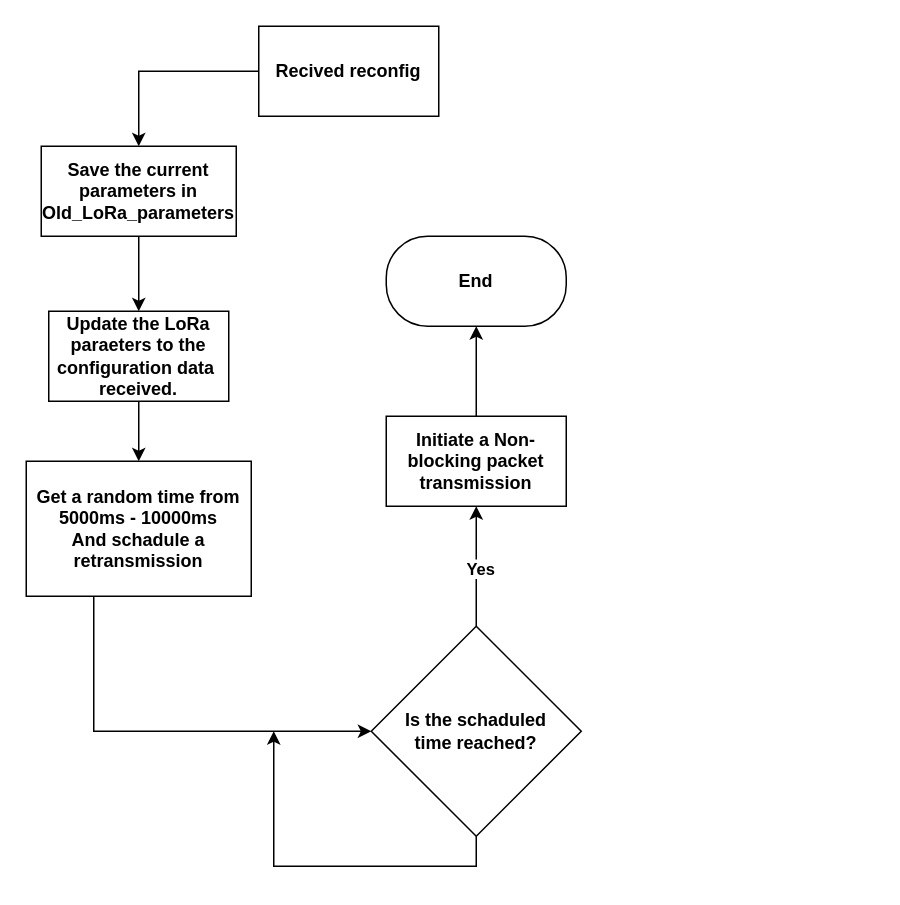
Before: Reconfig flow.drawio in NuwanUdara/my-diagrams, a draw.io diagram. Source tidied: cells renumbered, new cells numbered last; positions are measured from the earlier drawing's top-left corner, leaving out a move shared by most shapes. Both pictures are drawn from the tidied source at 150%, with x=0, y=0 at pixel (26, 26).
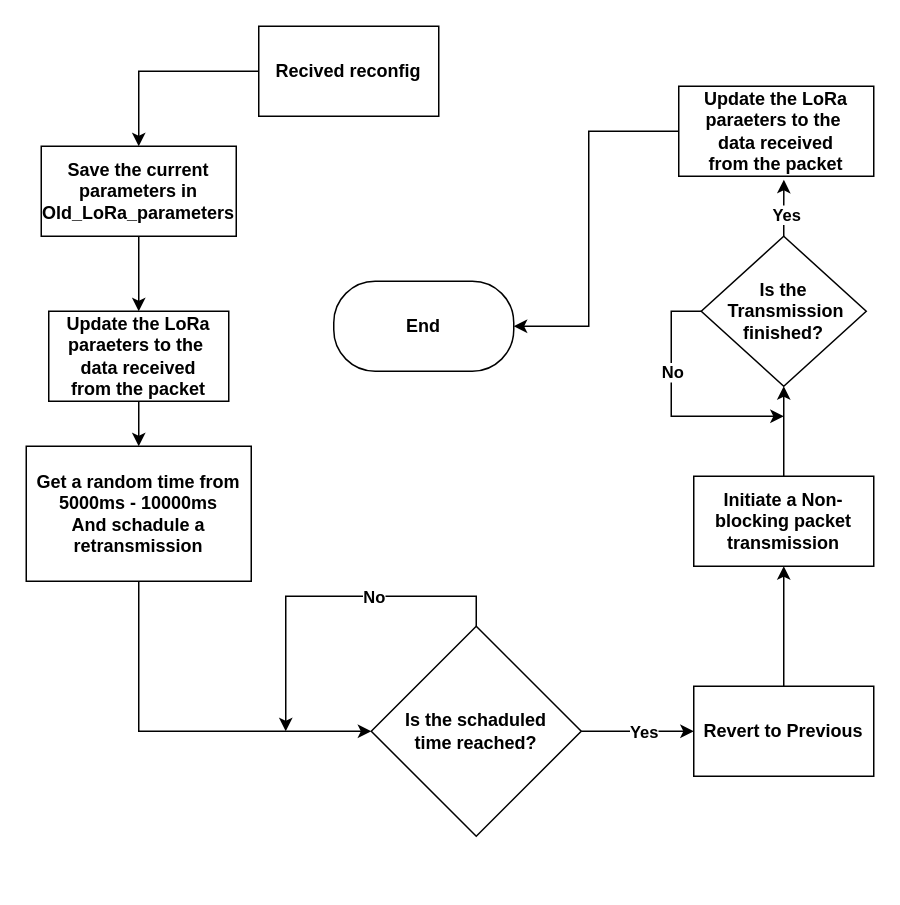
The same diagram, later.

Unchanged cells that the change refers to:
```xml
<mxCell id="13" value="Is the schaduled&lt;br&gt;time reached?" style="rhombus;whiteSpace=wrap;html=1;fontStyle=1;" parent="1" vertex="1">
  <mxGeometry x="230" y="400" width="140" height="140" as="geometry" />
</mxCell>
```

Change to the diagram source:
```diff
@@
-    <mxCell id="7" value="Update the LoRa paraeters to the configuration data&amp;nbsp;&lt;div&gt;received.&lt;br&gt;&lt;/div&gt;" style="rounded=0;whiteSpace=wrap;html=1;fontStyle=1;" parent="1" vertex="1">
+    <mxCell id="7" value="Update the LoRa paraeters to the&amp;nbsp;&lt;div&gt;data&amp;nbsp;received&lt;br&gt;from the packet&lt;/div&gt;" style="rounded=0;whiteSpace=wrap;html=1;fontStyle=1;" parent="1" vertex="1">
       <mxGeometry x="15" y="190" width="120" height="60" as="geometry" />
     </mxCell>
-    <mxCell id="8" style="edgeStyle=orthogonalEdgeStyle;rounded=0;jettySize=auto;html=1;entryX=0;entryY=0.5;entryDx=0;entryDy=0;fontStyle=1;" parent="1" edge="1" source="9" target="13">
+    <mxCell id="8" style="edgeStyle=orthogonalEdgeStyle;rounded=0;jettySize=auto;html=1;entryX=0;entryY=0.5;entryDx=0;entryDy=0;fontStyle=1;exitX=0.5;exitY=1;exitDx=0;exitDy=0;" parent="1" edge="1" source="9" target="13">
       <mxGeometry relative="1" as="geometry">
         <Array as="points">
-          <mxPoint x="45" y="470" />
+          <mxPoint x="75" y="470" />
         </Array>
       </mxGeometry>
     </mxCell>
     <mxCell id="9" value="Get a random time from&lt;div&gt;5000ms - 10000ms&lt;/div&gt;&lt;div&gt;And schadule a retransmission&lt;/div&gt;" style="rounded=0;whiteSpace=wrap;html=1;fontStyle=1;" parent="1" vertex="1">
-      <mxGeometry y="290" width="150" height="90" as="geometry" />
+      <mxGeometry y="280" width="150" height="90" as="geometry" />
     </mxCell>
-    <mxCell id="10" style="edgeStyle=orthogonalEdgeStyle;rounded=0;jettySize=auto;html=1;entryX=0.5;entryY=1;entryDx=0;entryDy=0;fontStyle=1;" parent="1" edge="1" source="13" target="15">
-      <mxGeometry relative="1" as="geometry" />
-    </mxCell>
-    <mxCell id="11" value="Yes" style="edgeLabel;html=1;align=center;verticalAlign=middle;fontStyle=1;" parent="10" vertex="1">
-      <mxGeometry x="-0.03" y="-2" relative="1" as="geometry" />
-    </mxCell>
-    <mxCell id="12" style="edgeStyle=orthogonalEdgeStyle;rounded=0;jettySize=auto;html=1;fontStyle=1;" parent="1" edge="1" source="13">
-      <mxGeometry relative="1" as="geometry">
-        <mxPoint x="165" y="470" as="targetPoint" />
-        <Array as="points">
-          <mxPoint x="300" y="560" />
-          <mxPoint x="165" y="560" />
-        </Array>
-      </mxGeometry>
-    </mxCell>
+    <mxCell id="17" style="edgeStyle=orthogonalEdgeStyle;rounded=0;jettySize=auto;html=1;entryX=0;entryY=0.5;entryDx=0;entryDy=0;" parent="1" edge="1" source="13" target="23">
+      <mxGeometry relative="1" as="geometry" />
+    </mxCell>
+    <mxCell id="18" value="Yes" style="edgeLabel;html=1;align=center;verticalAlign=middle;fontStyle=1;" parent="17" vertex="1">
+      <mxGeometry x="0.1" relative="1" as="geometry" />
+    </mxCell>
+    <mxCell id="19" style="edgeStyle=orthogonalEdgeStyle;rounded=0;jettySize=auto;html=1;" parent="1" edge="1" source="13">
+      <mxGeometry relative="1" as="geometry">
+        <mxPoint x="173" y="470" as="targetPoint" />
+        <Array as="points">
+          <mxPoint x="300" y="380" />
+          <mxPoint x="173" y="380" />
+        </Array>
+      </mxGeometry>
+    </mxCell>
+    <mxCell id="20" value="No" style="edgeLabel;html=1;align=center;verticalAlign=middle;fontStyle=1;" parent="19" vertex="1">
+      <mxGeometry x="-0.25" relative="1" as="geometry" />
+    </mxCell>
@@
-    <mxCell id="14" style="edgeStyle=orthogonalEdgeStyle;rounded=0;jettySize=auto;html=1;entryX=0.5;entryY=1;entryDx=0;entryDy=0;fontStyle=1;" parent="1" edge="1" source="15" target="16">
-      <mxGeometry relative="1" as="geometry" />
-    </mxCell>
+    <mxCell id="21" style="edgeStyle=orthogonalEdgeStyle;rounded=0;jettySize=auto;html=1;" parent="1" edge="1" source="15" target="26">
+      <mxGeometry relative="1" as="geometry" />
+    </mxCell>
     <mxCell id="15" value="Initiate a Non-blocking packet&lt;br&gt;transmission" style="rounded=0;whiteSpace=wrap;html=1;fontStyle=1;" parent="1" vertex="1">
-      <mxGeometry x="240" y="260" width="120" height="60" as="geometry" />
+      <mxGeometry x="445" y="300" width="120" height="60" as="geometry" />
     </mxCell>
+    <mxCell id="22" style="edgeStyle=orthogonalEdgeStyle;rounded=0;jettySize=auto;html=1;entryX=0.5;entryY=1;entryDx=0;entryDy=0;" parent="1" edge="1" source="23" target="15">
+      <mxGeometry relative="1" as="geometry" />
+    </mxCell>
+    <mxCell id="23" value="Revert to Previous" style="rounded=0;whiteSpace=wrap;html=1;fontStyle=1;" parent="1" vertex="1">
+      <mxGeometry x="445" y="440" width="120" height="60" as="geometry" />
+    </mxCell>
+    <mxCell id="24" style="edgeStyle=orthogonalEdgeStyle;rounded=0;jettySize=auto;html=1;" parent="1" edge="1" source="26">
+      <mxGeometry relative="1" as="geometry">
+        <mxPoint x="505" y="260" as="targetPoint" />
+        <Array as="points">
+          <mxPoint x="430" y="190" />
+          <mxPoint x="430" y="260" />
+          <mxPoint x="445" y="260" />
+        </Array>
+      </mxGeometry>
+    </mxCell>
+    <mxCell id="25" value="No" style="edgeLabel;html=1;align=center;verticalAlign=middle;fontStyle=1;" parent="24" vertex="1">
+      <mxGeometry x="-0.27" relative="1" as="geometry" />
+    </mxCell>
+    <mxCell id="26" value="Is the&lt;div&gt;&amp;nbsp;Transmission&lt;br&gt;finished?&lt;/div&gt;" style="rhombus;whiteSpace=wrap;html=1;fontStyle=1;" parent="1" vertex="1">
+      <mxGeometry x="450" y="140" width="110" height="100" as="geometry" />
+    </mxCell>
-    <mxCell id="16" value="End" style="rounded=1;whiteSpace=wrap;html=1;fontStyle=1;arcSize=46;" parent="1" vertex="1">
-      <mxGeometry x="240" y="140" width="120" height="60" as="geometry" />
+    <mxCell id="16" value="End" style="rounded=1;whiteSpace=wrap;html=1;arcSize=46;fontStyle=1;" parent="1" vertex="1">
+      <mxGeometry x="205" y="170" width="120" height="60" as="geometry" />
     </mxCell>
+    <mxCell id="27" value="&lt;div&gt;Update the LoRa paraeters to the&amp;nbsp;&lt;div&gt;data&amp;nbsp;received&lt;br&gt;from the packet&lt;/div&gt;&lt;/div&gt;" style="rounded=0;whiteSpace=wrap;html=1;fontStyle=1;" parent="1" vertex="1">
+      <mxGeometry x="435" y="40" width="130" height="60" as="geometry" />
+    </mxCell>
+    <mxCell id="28" style="edgeStyle=orthogonalEdgeStyle;rounded=0;jettySize=auto;html=1;entryX=0.539;entryY=1.039;entryDx=0;entryDy=0;entryPerimeter=0;" parent="1" edge="1" source="26" target="27">
+      <mxGeometry relative="1" as="geometry" />
+    </mxCell>
+    <mxCell id="29" value="Yes" style="edgeLabel;html=1;align=center;verticalAlign=middle;fontStyle=1;" parent="28" vertex="1">
+      <mxGeometry x="-0.25" y="-1" relative="1" as="geometry">
+        <mxPoint y="-1" as="offset" />
+      </mxGeometry>
+    </mxCell>
+    <mxCell id="30" style="edgeStyle=orthogonalEdgeStyle;rounded=0;jettySize=auto;html=1;entryX=1;entryY=0.5;entryDx=0;entryDy=0;exitX=0;exitY=0.5;exitDx=0;exitDy=0;" parent="1" edge="1" source="27" target="16">
+      <mxGeometry relative="1" as="geometry">
+        <Array as="points">
+          <mxPoint x="375" y="70" />
+          <mxPoint x="375" y="200" />
+        </Array>
+      </mxGeometry>
+    </mxCell>
```
